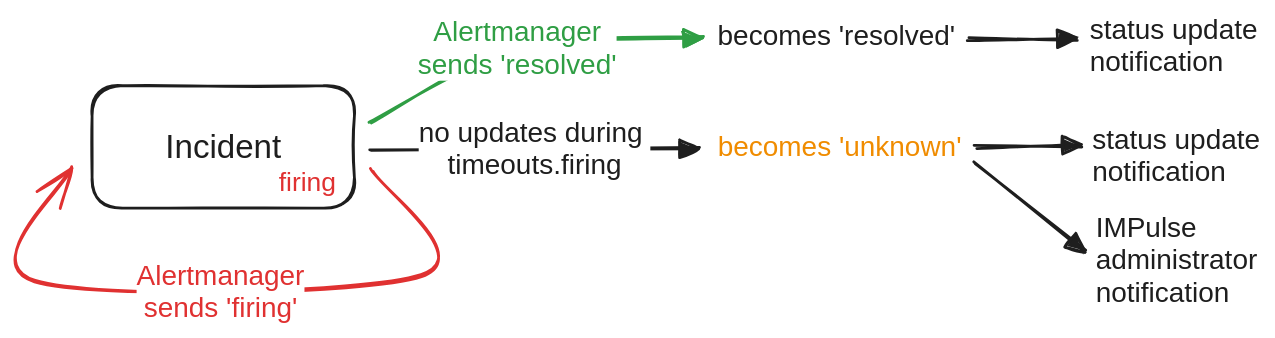
The Excalidraw diagram docs/media/incident_firing.excalidraw.svg in DiTsi/impulse-docs, before a commit. Source tidied: one line per element, renumbered; positions are measured from the earlier drawing's top-left corner, leaving out a move shared by most shapes.
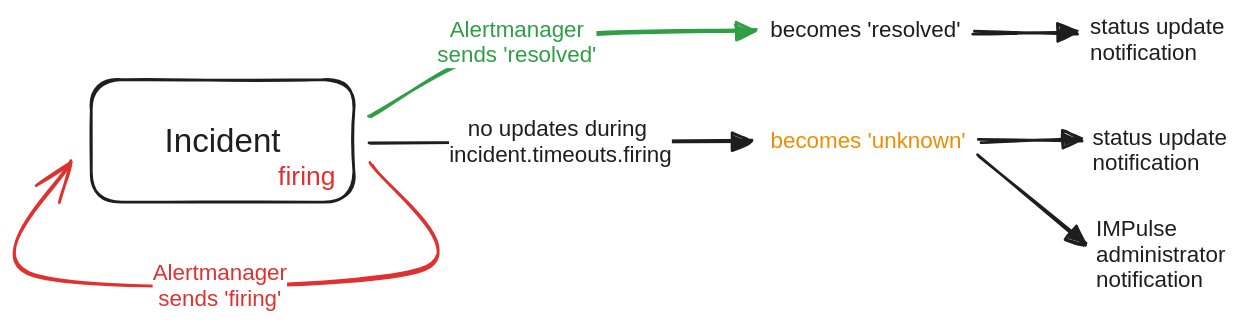
The same file after the commit.

Commit message:
timeouts moved to incident

The edit, as a diff of the source:
```diff
@@ -1,17 +1,17 @@
-{"id": 0, "type": "arrow", "strokeColor": "#1e1e1e", "strokeWidth": 2, "roughness": 1, "endArrowhead": "triangle", "round": true, "from": 2, "to": 7, "x": 240, "y": 96, "width": 235, "height": 0, "points": [[0, 0], [235, 0]]}
+{"id": 0, "type": "arrow", "strokeColor": "#1e1e1e", "strokeWidth": 2, "roughness": 1, "endArrowhead": "triangle", "round": true, "from": 2, "to": 7, "x": 240, "y": 96, "width": 272, "height": 0, "points": [[0, 0], [272, 0]]}
-{"id": 1, "type": "text", "text": "no updates during \ntimeouts.firing", "strokeColor": "#1e1e1e", "strokeWidth": 2, "roughness": 1, "fontSize": 20, "fontFamily": 2, "textAlign": "center", "verticalAlign": "middle", "inside": 0, "x": 275, "y": 73, "width": 166, "height": 46}
+{"id": 1, "type": "text", "text": "no updates during \nincident.timeouts.firing", "strokeColor": "#1e1e1e", "strokeWidth": 2, "roughness": 1, "fontSize": 16, "fontFamily": 2, "textAlign": "center", "verticalAlign": "middle", "inside": 0, "x": 278, "y": 77, "width": 159, "height": 37}
 {"id": 2, "type": "rectangle", "strokeColor": "#1e1e1e", "strokeWidth": 2, "roughness": 1, "round": true, "x": 41, "y": 51, "width": 188, "height": 88}
 {"id": 3, "type": "text", "text": "Incident", "strokeColor": "#1e1e1e", "strokeWidth": 2, "roughness": 1, "fontSize": 23.67, "fontFamily": 2, "textAlign": "center", "verticalAlign": "middle", "inside": 2, "x": 94, "y": 81, "width": 83, "height": 27}
 {"id": 4, "type": "text", "text": "firing", "strokeColor": "#e03131", "strokeWidth": 2, "roughness": 1, "fontSize": 18.92, "fontFamily": 2, "textAlign": "center", "verticalAlign": "middle", "x": 175, "y": 110, "width": 41, "height": 22}
 {"id": 5, "type": "arrow", "strokeColor": "#e03131", "strokeWidth": 2, "roughness": 1, "endArrowhead": "arrow", "round": true, "from": 2, "to": 2, "x": 241, "y": 111, "width": 276, "height": 82, "points": [[0, 0], [35, 76], [-241, 80], [-214, -2]]}
-{"id": 6, "type": "text", "text": "Alertmanager\nsends 'firing'", "strokeColor": "#e03131", "strokeWidth": 2, "roughness": 1, "fontSize": 20, "fontFamily": 2, "textAlign": "center", "verticalAlign": "middle", "inside": 5, "x": 81, "y": 168, "width": 120, "height": 46}
+{"id": 6, "type": "text", "text": "Alertmanager\nsends 'firing'", "strokeColor": "#e03131", "strokeWidth": 2, "roughness": 1, "fontSize": 16, "fontFamily": 2, "textAlign": "center", "verticalAlign": "middle", "inside": 5, "x": 85, "y": 180, "width": 96, "height": 37}
-{"id": 7, "type": "text", "text": "becomes 'unknown'", "strokeColor": "#f08c00", "strokeWidth": 2, "roughness": 1, "fontSize": 20, "fontFamily": 2, "x": 489, "y": 84, "width": 174, "height": 23}
+{"id": 7, "type": "text", "text": "becomes 'unknown'", "strokeColor": "#f08c00", "strokeWidth": 2, "roughness": 1, "fontSize": 16, "fontFamily": 2, "x": 526, "y": 86, "width": 140, "height": 18}
-{"id": 8, "type": "arrow", "strokeColor": "#2f9e44", "strokeWidth": 2, "roughness": 1, "endArrowhead": "triangle", "round": true, "from": 2, "to": 10, "x": 241, "y": 77, "width": 237, "height": 60, "points": [[0, 0], [104, -52], [237, -60]]}
+{"id": 8, "type": "arrow", "strokeColor": "#2f9e44", "strokeWidth": 2, "roughness": 1, "endArrowhead": "triangle", "round": true, "from": 2, "to": 10, "x": 241, "y": 77, "width": 275, "height": 61, "points": [[0, 0], [104, -52], [275, -61]]}
-{"id": 9, "type": "text", "text": "Alertmanager\nsends 'resolved'", "strokeColor": "#2f9e44", "strokeWidth": 2, "roughness": 1, "fontSize": 20, "fontFamily": 2, "textAlign": "center", "verticalAlign": "middle", "inside": 8, "x": 437, "y": 778, "width": 142, "height": 46}
+{"id": 9, "type": "text", "text": "Alertmanager\nsends 'resolved'", "strokeColor": "#2f9e44", "strokeWidth": 2, "roughness": 1, "fontSize": 16, "fontFamily": 2, "textAlign": "center", "verticalAlign": "middle", "inside": 8, "x": 288, "y": 6, "width": 114, "height": 37}
-{"id": 10, "type": "text", "text": "becomes 'resolved'", "strokeColor": "#1e1e1e", "strokeWidth": 2, "roughness": 1, "fontSize": 20, "fontFamily": 2, "x": 489, "y": 4, "width": 170, "height": 23}
+{"id": 10, "type": "text", "text": "becomes 'resolved'", "strokeColor": "#1e1e1e", "strokeWidth": 2, "roughness": 1, "fontSize": 16, "fontFamily": 2, "x": 526, "y": 6, "width": 136, "height": 18}
-{"id": 11, "type": "text", "text": "status update\nnotification", "strokeColor": "#1e1e1e", "strokeWidth": 2, "roughness": 1, "fontSize": 20, "fontFamily": 2, "x": 755, "y": 0, "width": 120, "height": 46}
+{"id": 11, "type": "text", "text": "status update\nnotification", "strokeColor": "#1e1e1e", "strokeWidth": 2, "roughness": 1, "fontSize": 16, "fontFamily": 2, "x": 755, "y": 5, "width": 96, "height": 37}
-{"id": 12, "type": "arrow", "strokeColor": "#1e1e1e", "strokeWidth": 2, "roughness": 1, "endArrowhead": "triangle", "round": true, "from": 10, "to": 11, "x": 668, "y": 18, "width": 78, "height": 0, "points": [[0, 0], [78, 0]]}
+{"id": 12, "type": "arrow", "strokeColor": "#1e1e1e", "strokeWidth": 2, "roughness": 1, "endArrowhead": "triangle", "round": true, "from": 10, "to": 11, "x": 672, "y": 17, "width": 74, "height": 0, "points": [[0, 0], [74, 0]]}
-{"id": 13, "type": "text", "text": "status update\nnotification", "strokeColor": "#1e1e1e", "strokeWidth": 2, "roughness": 1, "fontSize": 20, "fontFamily": 2, "x": 757, "y": 79, "width": 120, "height": 46}
+{"id": 13, "type": "text", "text": "status update\nnotification", "strokeColor": "#1e1e1e", "strokeWidth": 2, "roughness": 1, "fontSize": 16, "fontFamily": 2, "x": 757, "y": 83, "width": 96, "height": 37}
-{"id": 14, "type": "arrow", "strokeColor": "#1e1e1e", "strokeWidth": 2, "roughness": 1, "endArrowhead": "triangle", "round": true, "from": 7, "to": 13, "x": 673, "y": 95, "width": 75, "height": 0, "points": [[0, 0], [75, 0]]}
+{"id": 14, "type": "arrow", "strokeColor": "#1e1e1e", "strokeWidth": 2, "roughness": 1, "endArrowhead": "triangle", "round": true, "from": 7, "to": 13, "x": 675, "y": 95, "width": 72, "height": 0, "points": [[0, 0], [72, 0]]}
-{"id": 15, "type": "arrow", "strokeColor": "#1e1e1e", "strokeWidth": 2, "roughness": 1, "endArrowhead": "triangle", "round": true, "from": 7, "to": 16, "x": 672, "y": 107, "width": 79, "height": 62, "points": [[0, 0], [79, 62]]}
+{"id": 15, "type": "arrow", "strokeColor": "#1e1e1e", "strokeWidth": 2, "roughness": 1, "endArrowhead": "triangle", "round": true, "from": 7, "to": 16, "x": 675, "y": 107, "width": 76, "height": 62, "points": [[0, 0], [76, 62]]}
-{"id": 16, "type": "text", "text": "IMPulse\nadministrator\nnotification", "strokeColor": "#1e1e1e", "strokeWidth": 2, "roughness": 1, "fontSize": 20, "fontFamily": 2, "x": 759, "y": 142, "width": 116, "height": 69}
+{"id": 16, "type": "text", "text": "IMPulse\nadministrator\nnotification", "strokeColor": "#1e1e1e", "strokeWidth": 2, "roughness": 1, "fontSize": 16, "fontFamily": 2, "x": 759, "y": 149, "width": 92, "height": 55}
```
